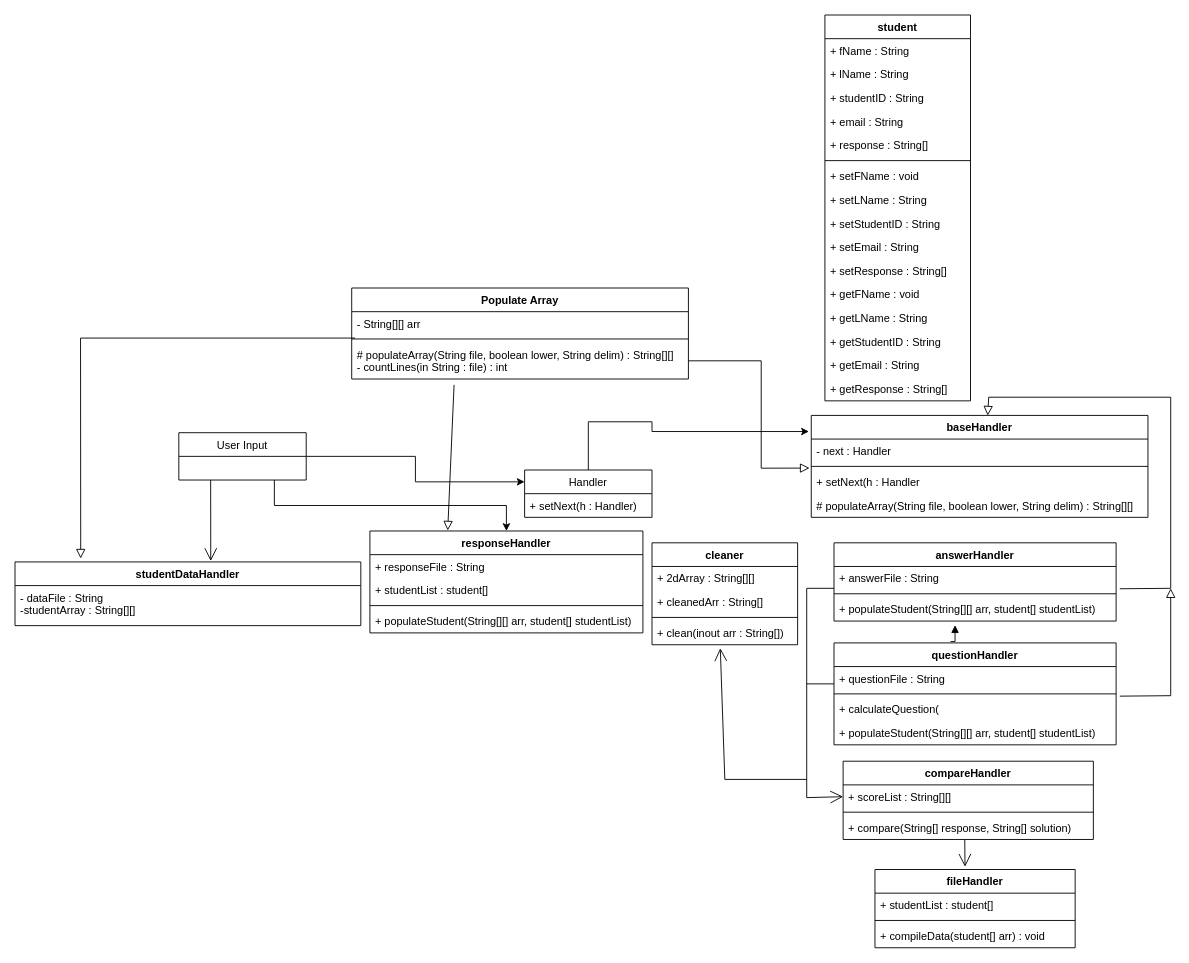
335689832/Refactoring_AnswerCheck_GW_NC_SH keeps this draw.io diagram as Chain of Responsibility UML Diagram.drawio. Above is the earlier version. Source tidied: cells renumbered, new cells numbered last; positions are measured from the earlier drawing's top-left corner, leaving out a move shared by most shapes. Both pictures are drawn from the tidied source at 91%, with x=0, y=0 at pixel (15, 15).
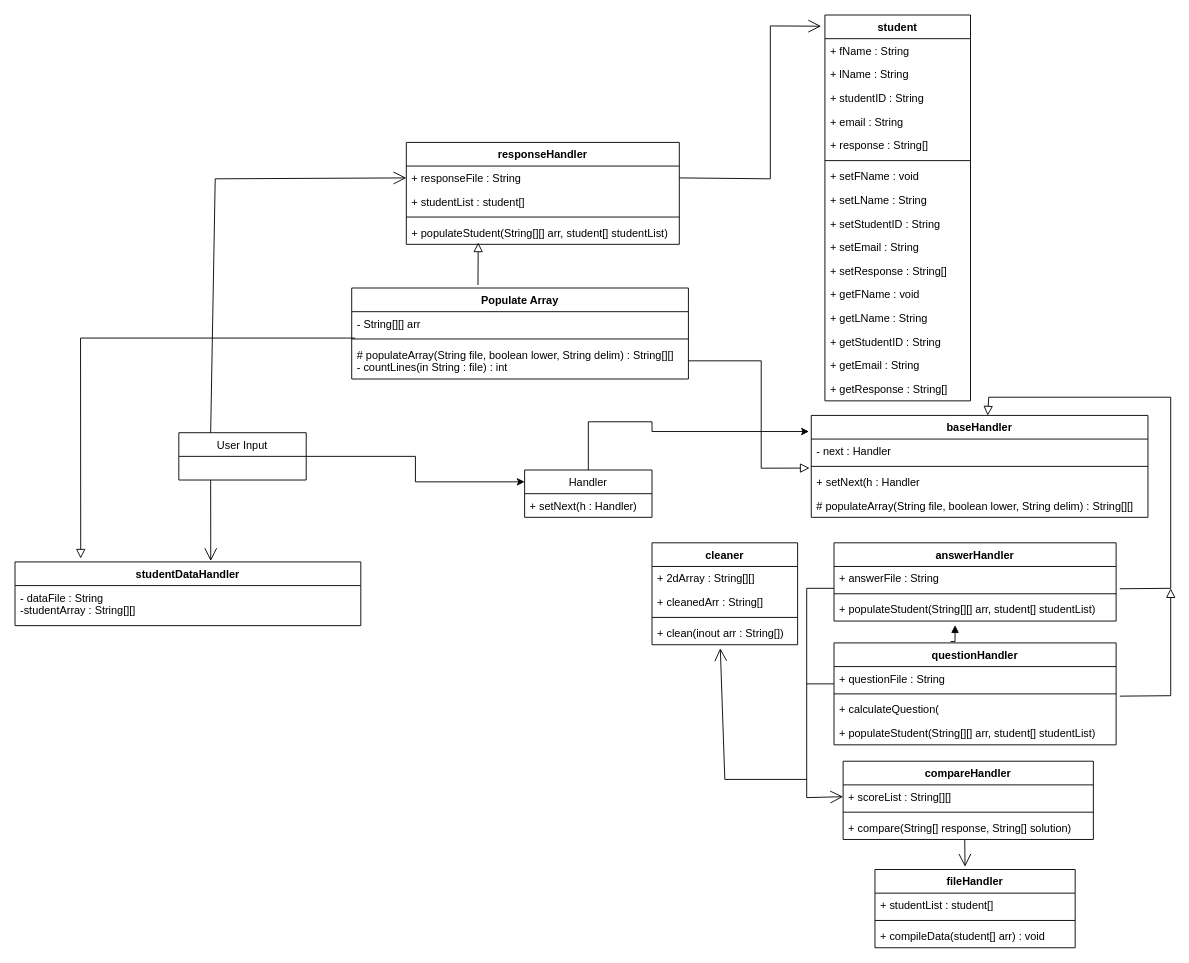
The same diagram, later.

Unchanged cells that the change refers to:
```xml
<mxCell id="3" value="User Input" style="swimlane;fontStyle=0;horizontal=1;startSize=26;fillColor=none;" parent="1" vertex="1">
  <mxGeometry x="180" y="459" width="140" height="52" as="geometry" />
</mxCell>
<mxCell id="13" value="+ responseFile : String" style="text;strokeColor=none;fillColor=none;align=left;verticalAlign=top;spacingLeft=4;spacingRight=4;overflow=hidden;points=[[0,0.5],[1,0.5]];portConstraint=eastwest;" parent="12" vertex="1">
  <mxGeometry y="26" width="300" height="26" as="geometry" />
</mxCell>
<mxCell id="41" value="student" style="swimlane;fontStyle=1;align=center;verticalAlign=top;horizontal=1;startSize=26;" parent="1" vertex="1">
  <mxGeometry x="890" width="160" height="424" as="geometry" />
</mxCell>
<mxCell id="62" value="Populate Array" style="swimlane;fontStyle=1;align=center;verticalAlign=top;horizontal=1;startSize=26;" parent="1" vertex="1">
  <mxGeometry x="370" y="300" width="370" height="100" as="geometry" />
</mxCell>
<mxCell id="65" value="# populateArray(String file, boolean lower, String delim) : String[][]&#10;- countLines(in String : file) : int&#10;" style="text;strokeColor=none;fillColor=none;align=left;verticalAlign=top;spacingLeft=4;spacingRight=4;overflow=hidden;points=[[0,0.5],[1,0.5]];portConstraint=eastwest;" parent="62" vertex="1">
  <mxGeometry y="60" width="370" height="40" as="geometry" />
</mxCell>
```

What changed in the source:
```diff
@@
     <mxCell id="12" value="responseHandler" style="swimlane;fontStyle=1;align=center;verticalAlign=top;horizontal=1;startSize=26;" parent="1" vertex="1">
-      <mxGeometry x="390" y="567" width="300" height="112" as="geometry" />
+      <mxGeometry x="430" y="140" width="300" height="112" as="geometry" />
     </mxCell>
@@
-    <mxCell id="61" style="edgeStyle=orthogonalEdgeStyle;rounded=0;jettySize=auto;html=1;exitX=0.75;exitY=1;exitDx=0;exitDy=0;" parent="1" edge="1" source="3" target="12">
-      <mxGeometry relative="1" as="geometry" />
-    </mxCell>
@@
-    <mxCell id="72" style="endArrow=block;html=1;rounded=0;align=center;verticalAlign=bottom;endFill=0;labelBackgroundColor=none;endSize=8;entryX=0.285;entryY=-0.005;entryDx=0;entryDy=0;entryPerimeter=0;exitX=0.304;exitY=1.161;exitDx=0;exitDy=0;exitPerimeter=0;" parent="1" edge="1" source="65" target="12">
-      <mxGeometry relative="1" as="geometry" />
+    <mxCell id="72" style="endArrow=block;html=1;rounded=0;align=center;verticalAlign=bottom;endFill=0;labelBackgroundColor=none;endSize=8;exitX=0.375;exitY=-0.033;exitDx=0;exitDy=0;exitPerimeter=0;" parent="1" edge="1" source="62">
+      <mxGeometry relative="1" as="geometry">
+        <mxPoint x="509" y="250" as="targetPoint" />
+      </mxGeometry>
     </mxCell>
@@
+    <mxCell id="74" style="endArrow=open;endFill=1;endSize=12;html=1;rounded=0;exitX=0.25;exitY=0;exitDx=0;exitDy=0;entryX=0;entryY=0.5;entryDx=0;entryDy=0;" parent="1" edge="1" source="3" target="13">
+      <mxGeometry relative="1" as="geometry">
+        <Array as="points">
+          <mxPoint x="220" y="180" />
+        </Array>
+      </mxGeometry>
+    </mxCell>
+    <mxCell id="75" style="endArrow=open;endFill=1;endSize=12;html=1;rounded=0;exitX=1;exitY=0.5;exitDx=0;exitDy=0;entryX=-0.026;entryY=0.029;entryDx=0;entryDy=0;entryPerimeter=0;" parent="1" edge="1" source="13" target="41">
+      <mxGeometry relative="1" as="geometry">
+        <Array as="points">
+          <mxPoint x="830" y="180" />
+          <mxPoint x="830" y="12" />
+        </Array>
+      </mxGeometry>
+    </mxCell>
```
